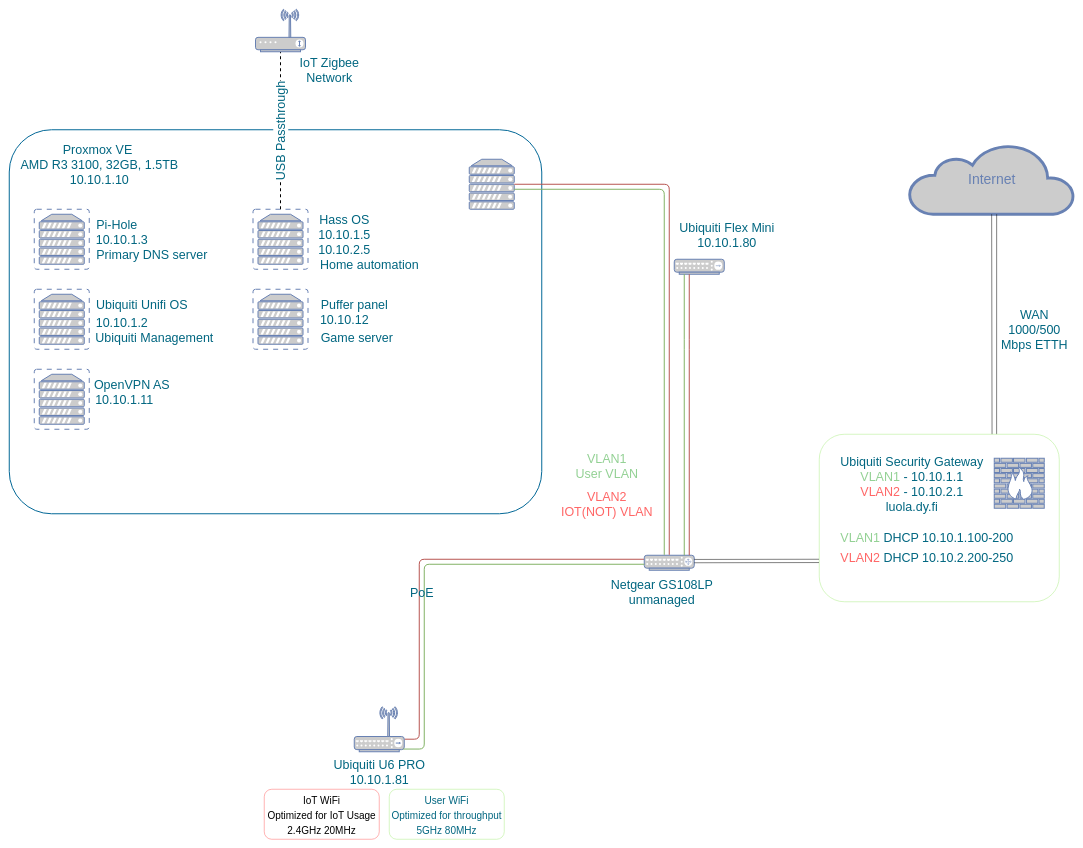
Before: network.drawio in Vili-B/HomeLab, a draw.io diagram. Source tidied: cells renumbered, new cells numbered last; positions are measured from the earlier drawing's top-left corner, leaving out a move shared by most shapes. Both pictures are drawn from the tidied source at 50%, with x=0, y=0 at pixel (9, 9).
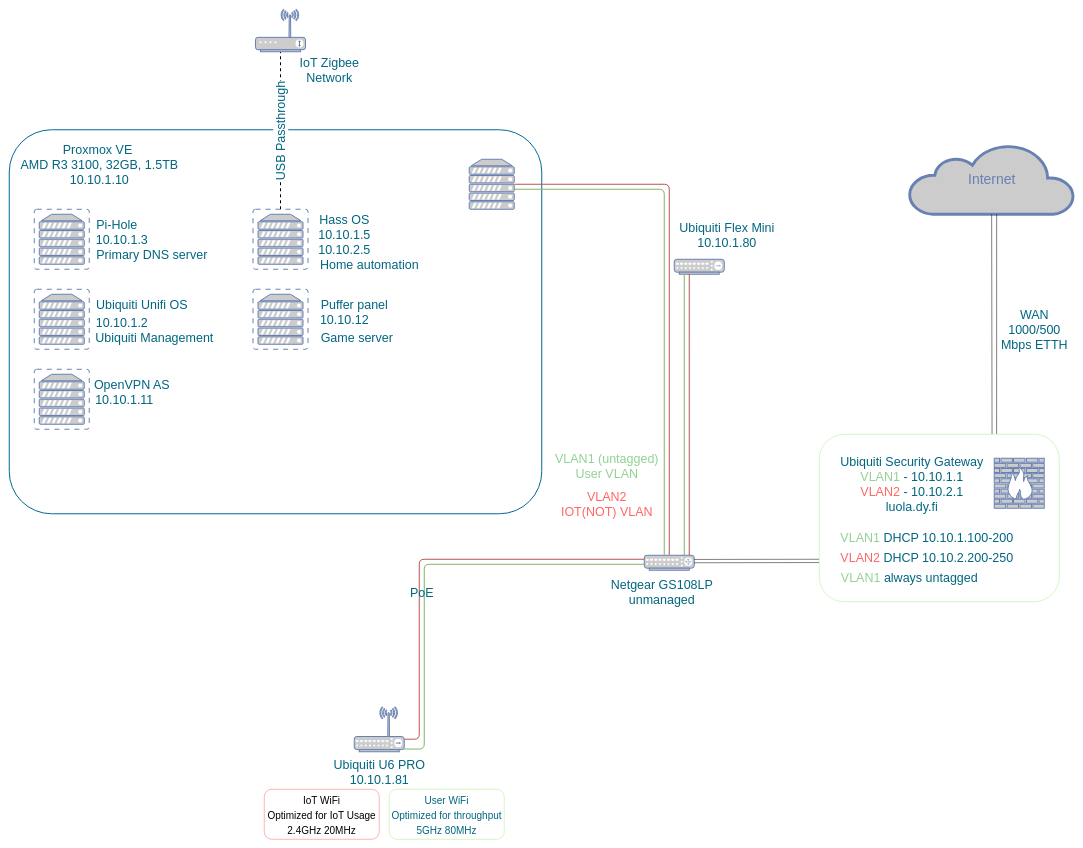
The same page after the edit.

Diff of the diagram source:
```diff
@@
-    <mxCell id="14" value="&lt;font color=&quot;#93d194&quot;&gt;VLAN1&lt;br&gt;User VLAN&lt;br&gt;&lt;/font&gt;" style="text;html=1;align=center;verticalAlign=middle;fontSize=25;" parent="1" vertex="1">
-      <mxGeometry x="1120" y="878" width="150" height="70" as="geometry" />
+    <mxCell id="14" value="&lt;font color=&quot;#93d194&quot;&gt;VLAN1 (untagged)&lt;br&gt;User VLAN&lt;br&gt;&lt;/font&gt;" style="text;html=1;align=center;verticalAlign=middle;fontSize=25;" parent="1" vertex="1">
+      <mxGeometry x="1080" y="878" width="230" height="70" as="geometry" />
     </mxCell>
@@
+    <mxCell id="56" value="&lt;span style=&quot;color: rgb(147, 209, 148);&quot;&gt;VLAN1 &lt;/span&gt;always untagged" style="text;html=1;align=center;verticalAlign=middle;strokeColor=none;fillColor=none;fontSize=25;fontColor=#006680;" parent="1" vertex="1">
+      <mxGeometry x="1650" y="1116" width="300" height="40" as="geometry" />
+    </mxCell>
```
